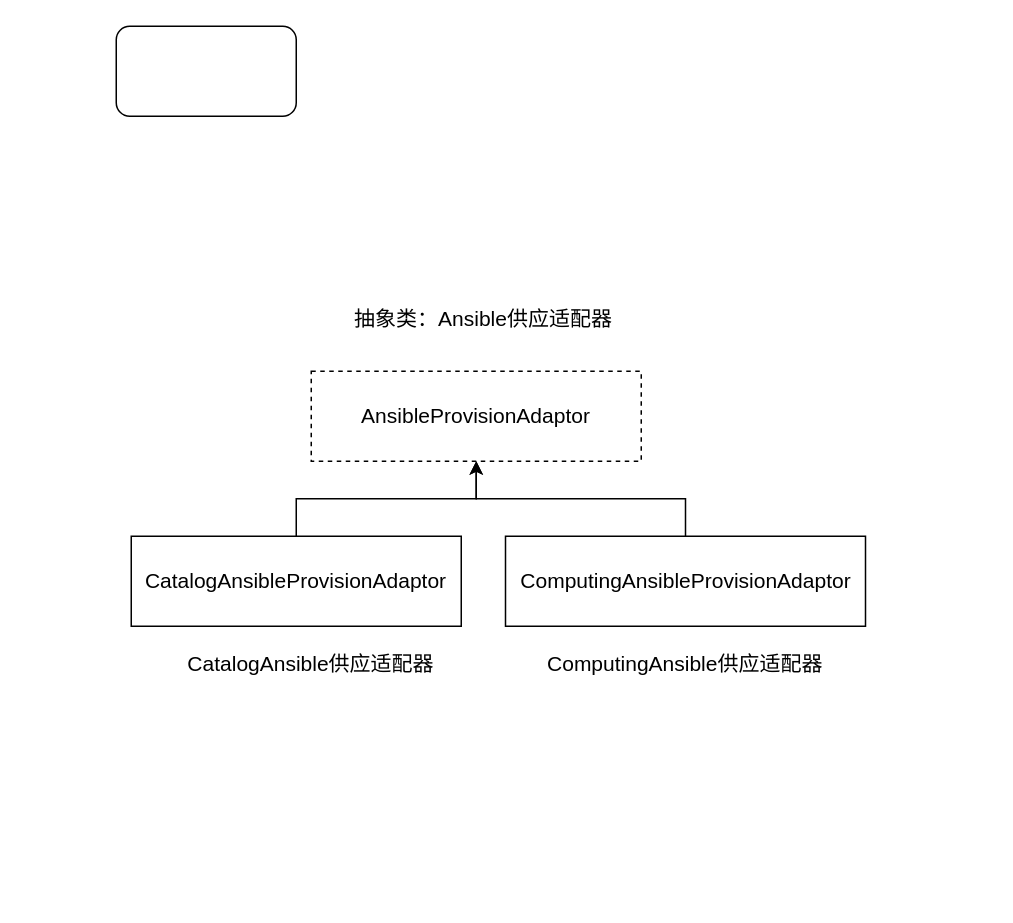
The draw.io diagram 20250213测试.drawio in TouyamaRie/My_pictures, before the edit. Source tidied: cells renumbered, new cells numbered last; positions are measured from the earlier drawing's top-left corner, leaving out a move shared by most shapes. Both pictures are drawn from the tidied source at 150%, with x=0, y=0 at pixel (116, 26).
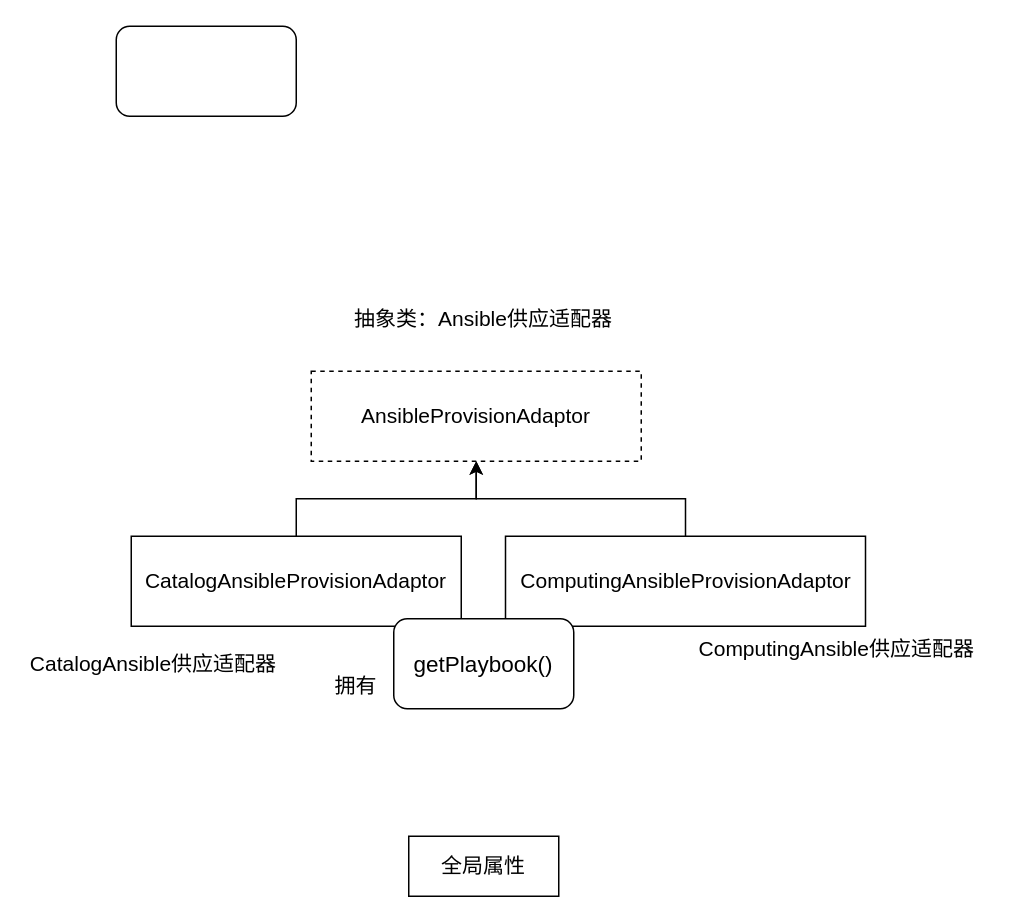
The same page after the edit.

The edit, as a diff of the source:
```diff
@@
 <mxGraphModel>
   <root>
     <mxCell id="0" />
     <mxCell id="1" parent="0" />
     <mxCell id="2" style="rounded=1;whiteSpace=wrap;html=1;" parent="1" vertex="1">
       <mxGeometry width="120" height="60" as="geometry" />
     </mxCell>
     <mxCell id="3" value="AnsibleProvisionAdaptor" style="rounded=0;whiteSpace=wrap;html=1;fontSize=14;dashed=1;" parent="1" vertex="1">
       <mxGeometry x="130" y="230" width="220" height="60" as="geometry" />
     </mxCell>
     <mxCell id="4" style="edgeStyle=orthogonalEdgeStyle;rounded=0;jettySize=auto;html=1;" parent="1" edge="1" source="5" target="3">
       <mxGeometry relative="1" as="geometry" />
     </mxCell>
     <mxCell id="5" value="ComputingAnsibleProvisionAdaptor" style="rounded=0;whiteSpace=wrap;html=1;fontSize=14;" parent="1" vertex="1">
       <mxGeometry x="259.5" y="340" width="240" height="60" as="geometry" />
     </mxCell>
     <mxCell id="6" value="&lt;span style=&quot;font-size: 14px;&quot;&gt;CatalogAnsible供应适配器&lt;/span&gt;" style="text;html=1;align=center;verticalAlign=middle;whiteSpace=wrap;rounded=0;" parent="1" vertex="1">
-      <mxGeometry x="45" y="410" width="170" height="30" as="geometry" />
+      <mxGeometry x="-60" y="410" width="170" height="30" as="geometry" />
     </mxCell>
     <mxCell id="7" value="&lt;span style=&quot;font-size: 14px;&quot;&gt;Computing&lt;/span&gt;&lt;span style=&quot;font-size: 14px;&quot;&gt;Ansible供应适配器&lt;/span&gt;" style="text;html=1;align=center;verticalAlign=middle;whiteSpace=wrap;rounded=0;" parent="1" vertex="1">
-      <mxGeometry x="279" y="410" width="201" height="30" as="geometry" />
+      <mxGeometry x="380" y="400" width="201" height="30" as="geometry" />
     </mxCell>
     <mxCell id="8" style="edgeStyle=orthogonalEdgeStyle;rounded=0;jettySize=auto;html=1;" parent="1" edge="1" source="9" target="3">
       <mxGeometry relative="1" as="geometry" />
     </mxCell>
     <mxCell id="9" value="CatalogAnsibleProvisionAdaptor" style="rounded=0;whiteSpace=wrap;html=1;fontSize=14;" parent="1" vertex="1">
       <mxGeometry x="10" y="340" width="220" height="60" as="geometry" />
     </mxCell>
     <mxCell id="10" value="&lt;span style=&quot;font-size: 14px;&quot;&gt;抽象类：Ansible供应适配器&lt;/span&gt;" style="text;html=1;align=center;verticalAlign=middle;whiteSpace=wrap;rounded=0;" parent="1" vertex="1">
       <mxGeometry x="150" y="180" width="190" height="30" as="geometry" />
     </mxCell>
+    <mxCell id="11" value="&lt;font style=&quot;font-size: 15px;&quot;&gt;getPlaybook()&lt;/font&gt;" style="rounded=1;whiteSpace=wrap;html=1;" parent="1" vertex="1">
+      <mxGeometry x="185" y="395" width="120" height="60" as="geometry" />
+    </mxCell>
+    <mxCell id="12" value="&lt;span style=&quot;font-size: 14px;&quot;&gt;拥有&lt;/span&gt;" style="text;html=1;align=center;verticalAlign=middle;whiteSpace=wrap;rounded=0;" parent="1" vertex="1">
+      <mxGeometry x="135" y="425" width="50" height="30" as="geometry" />
+    </mxCell>
+    <mxCell id="13" value="全局属性" style="rounded=0;whiteSpace=wrap;html=1;fontSize=14;" parent="1" vertex="1">
+      <mxGeometry x="195" y="540" width="100" height="40" as="geometry" />
+    </mxCell>
   </root>
 </mxGraphModel>
```
